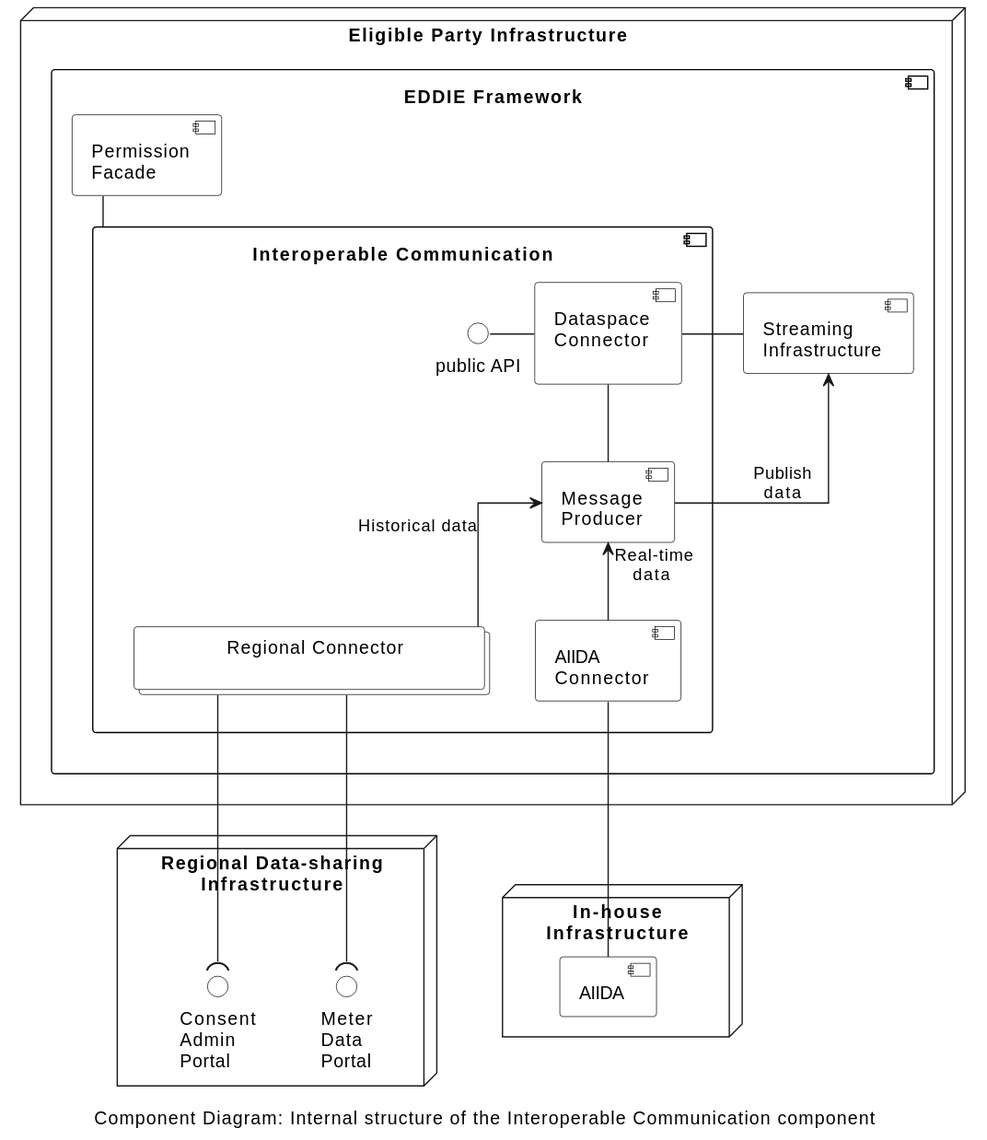
Before: arc42/05-building-block-view/components/components/interoperable-comm/figures/inter-comm-dataspace.svg, a diagram exported from PlantUML (eddie-energy/architecture).
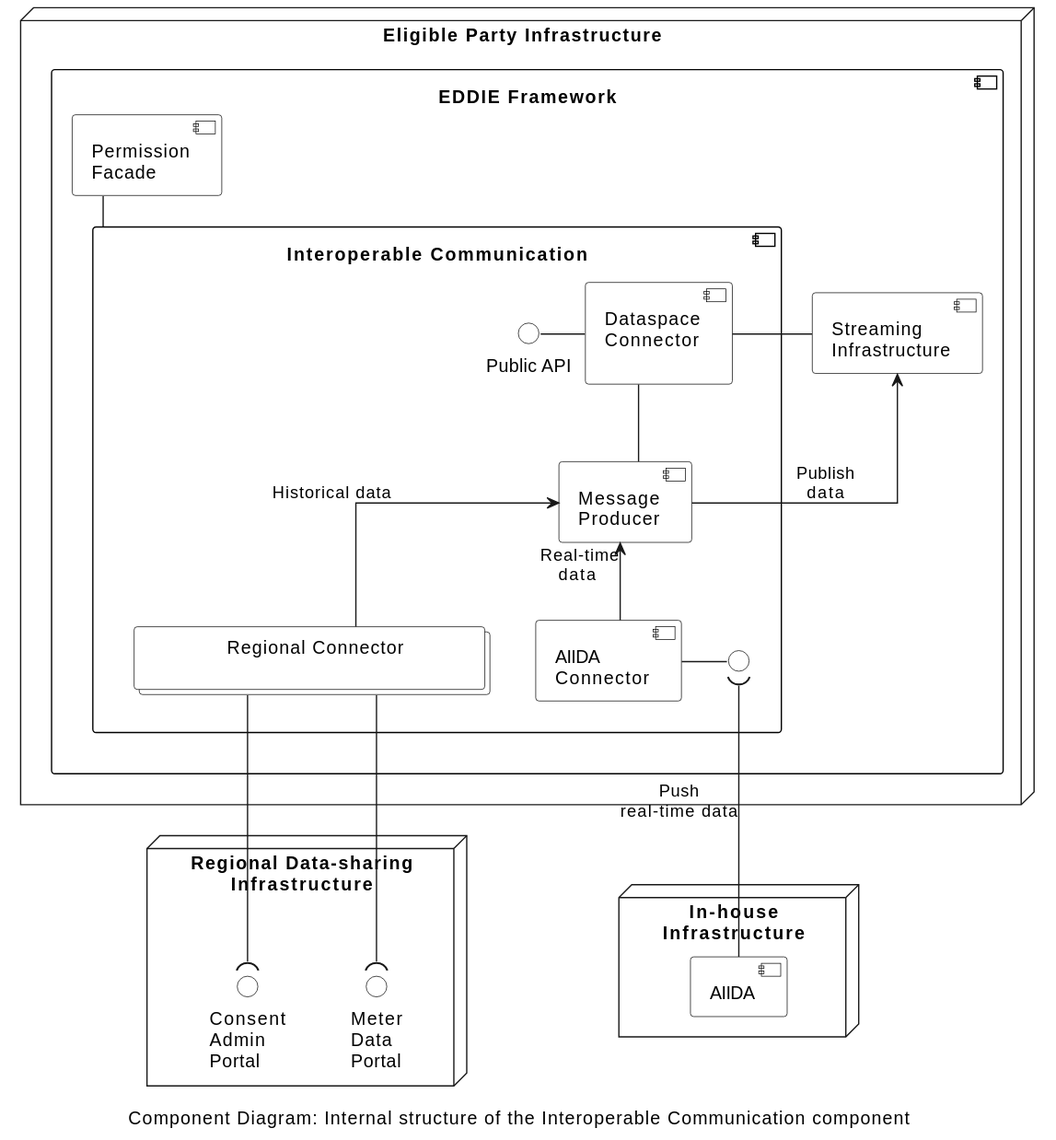
Above is the later version.

Change to the diagram source:
```diff
@@ -25,25 +25,28 @@
 }
 node "Eligible Party Infrastructure"  as epInfra{
   component "EDDIE Framework" as eddie {
-  component "Permission\nFacade" as consentFacade
-  component "Interoperable Communication" as comm {
-    collections "\t\tRegional Connector\t\t\n" as regCon
-    component "AIIDA\nConnector" as regConAIIDA
-    component "Message\nProducer" as messageProducer
-    component "Dataspace\nConnector\n" as dataspaceConnector
-    interface "public API" as dataspaceAPI
+    component "Permission\nFacade" as consentFacade
+    component "Interoperable Communication" as comm {
+      collections "\t\tRegional Connector\t\t\n" as regCon
+      component "AIIDA\nConnector" as regConAIIDA
+      component "Message\nProducer" as messageProducer
+      component "Dataspace\nConnector\n" as dataspaceConnector
+      interface "Public API" as dataspaceAPI
+      interface " " as aiidaAPI
 
-    regCon -up-> messageProducer : Historical data
-    regConAIIDA -up-> messageProducer : "\n Real-time\ndata"
-    dataspaceConnector -left- dataspaceAPI
-    dataspaceConnector -down- messageProducer
+
+      regCon -up-> messageProducer : Historical data
+      regConAIIDA -up-> messageProducer : "\n Real-time\ndata"
+      dataspaceConnector -left- dataspaceAPI
+      dataspaceConnector -down- messageProducer
+    }
+    component "Streaming\nInfrastructure" as streaming
+
+    consentFacade -down- comm
+    messageProducer -up-> streaming : Publish\ndata
+    dataspaceConnector -right- streaming
   }
-  component "Streaming\nInfrastructure" as streaming
 
-  consentFacade -down- comm
-  messageProducer -up-> streaming : Publish\ndata
-  dataspaceConnector -right- streaming
-  }
 }
 node "Regional Data-sharing\nInfrastructure" as energyProvider{
   interface "Meter\nData\nPortal" as dataPortal
@@ -56,7 +59,9 @@
 
 regCon -down-( dataPortal
 regCon -down-( adminPortal
-regConAIIDA -down- aiida
+regCon -[hidden]right- regConAIIDA
+regConAIIDA -right- aiidaAPI
+aiida -up-( aiidaAPI : Push\nreal-time data
 
 
 
```
